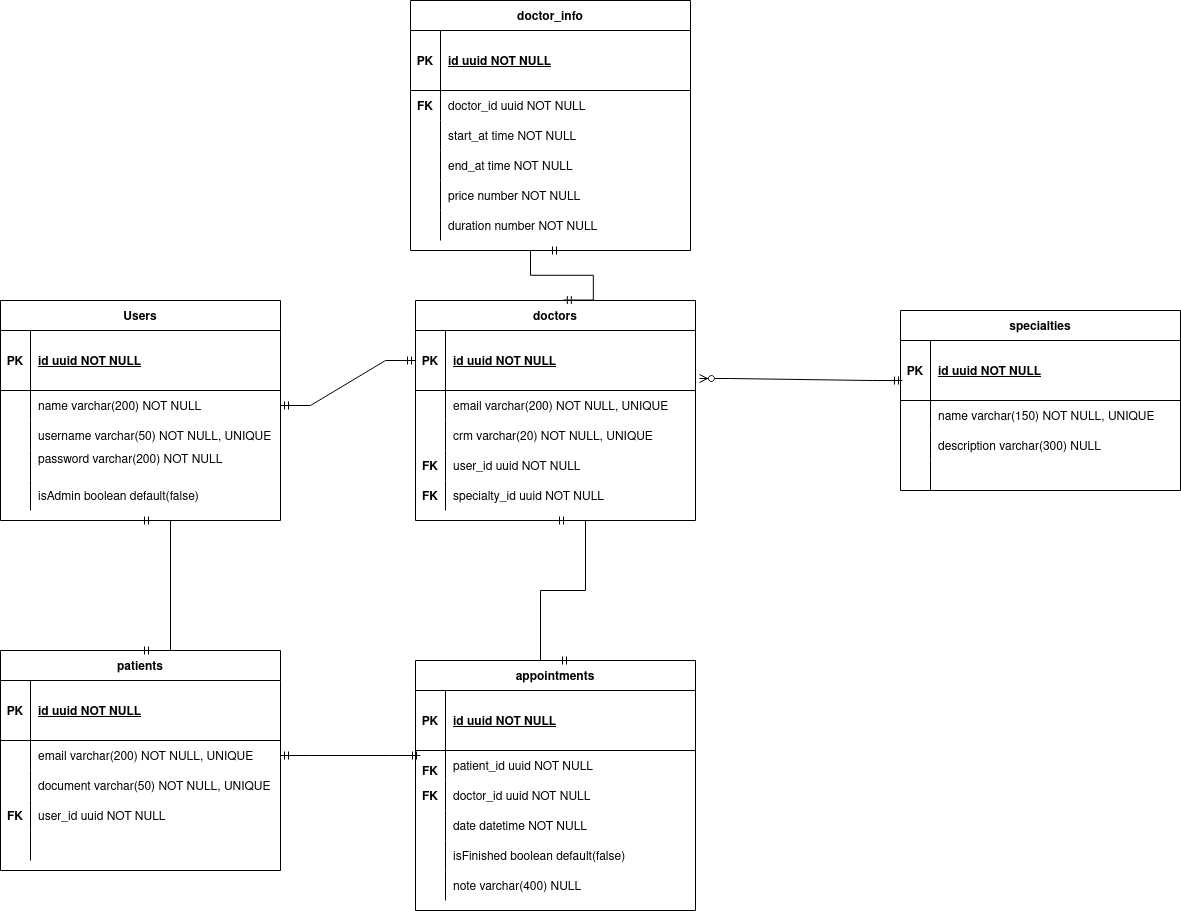
danileao/medical_appointment keeps this draw.io diagram as appointment.png. Above is the earlier version. Source tidied: cells renumbered, new cells last; positions are measured from the earlier drawing's top-left corner, leaving out a move shared by most shapes.
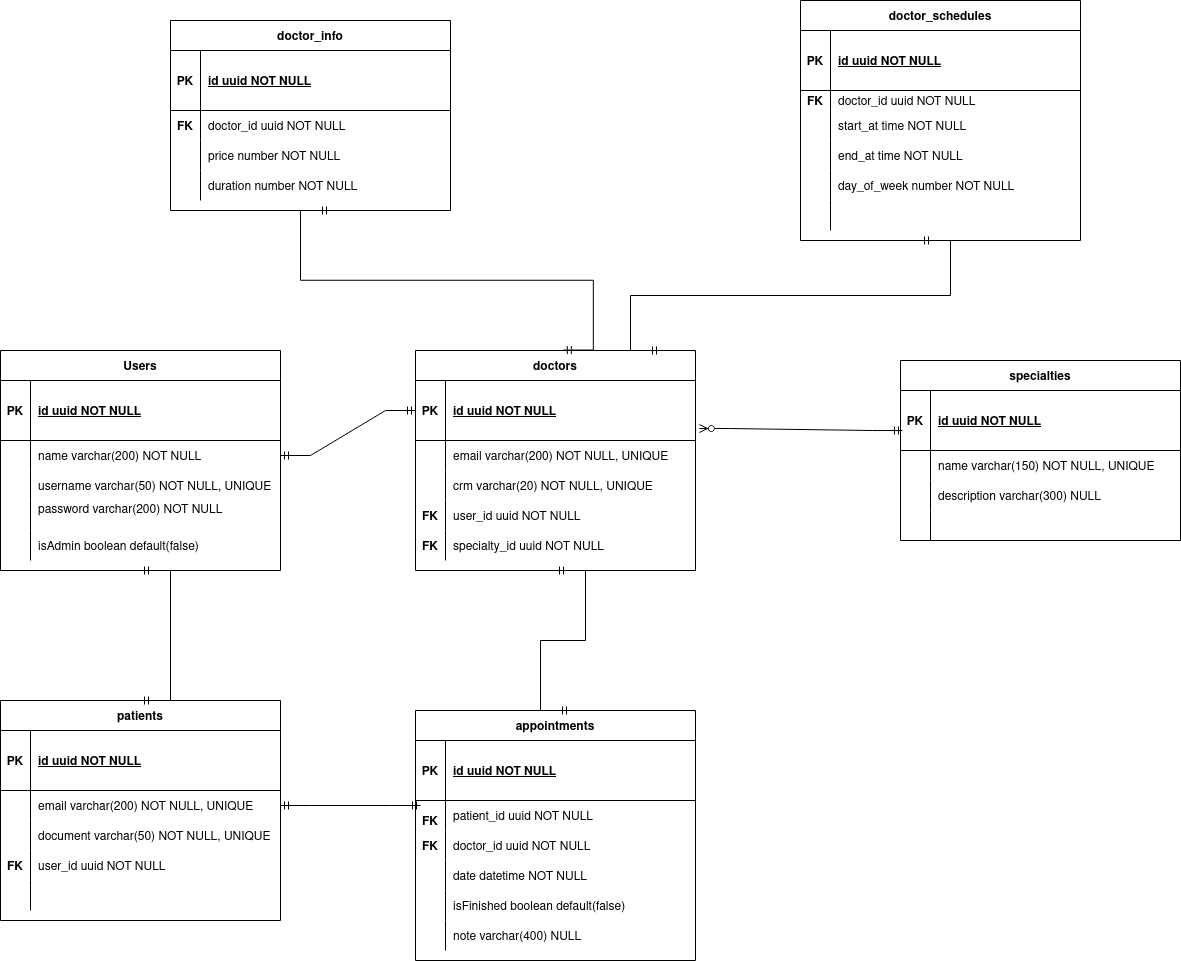
The same diagram one commit later.

Change to the diagram source:
```diff
@@ -2,11 +2,6 @@
   <root>
     <mxCell id="0" />
     <mxCell id="1" parent="0" />
-    <mxCell id="2" style="edgeStyle=entityRelationEdgeStyle;endArrow=ERzeroToMany;startArrow=ERone;endFill=1;startFill=0;" parent="1" edge="1" target="x">
-      <mxGeometry relative="1" as="geometry">
-        <mxPoint x="640" y="355" as="sourcePoint" />
-      </mxGeometry>
-    </mxCell>
     <mxCell id="3" value="Users" style="shape=table;startSize=30;rowLines=0;fontStyle=1;align=center;" parent="1" vertex="1">
       <mxGeometry y="300" width="280" height="220" as="geometry" />
     </mxCell>
@@ -276,7 +271,7 @@
       </mxGeometry>
     </mxCell>
     <mxCell id="91" value="doctor_info" style="shape=table;startSize=30;rowLines=0;fontStyle=1;align=center;" parent="1" vertex="1">
-      <mxGeometry x="410" width="280" height="250" as="geometry" />
+      <mxGeometry x="170" y="-30" width="280" height="190" as="geometry" />
     </mxCell>
     <mxCell id="92" style="shape=partialRectangle;fillColor=none;top=0;left=0;right=0;bottom=1;" parent="91" vertex="1">
       <mxGeometry y="30" width="280" height="60" as="geometry" />
@@ -296,26 +291,8 @@
     <mxCell id="97" value="doctor_id uuid NOT NULL" style="shape=partialRectangle;overflow=hidden;fillColor=none;top=0;left=0;bottom=0;right=0;align=left;spacingLeft=6;" parent="95" vertex="1">
       <mxGeometry x="30" width="250" height="30" as="geometry" />
     </mxCell>
-    <mxCell id="98" style="shape=partialRectangle;fillColor=none;top=0;left=0;right=0;bottom=0;" parent="91" vertex="1">
-      <mxGeometry y="120" width="280" height="30" as="geometry" />
-    </mxCell>
-    <mxCell id="99" style="shape=partialRectangle;overflow=hidden;fillColor=none;top=0;left=0;bottom=0;right=0;fontStyle=1;" parent="98" vertex="1">
-      <mxGeometry width="30" height="30" as="geometry" />
-    </mxCell>
-    <mxCell id="100" value="start_at time NOT NULL" style="shape=partialRectangle;overflow=hidden;fillColor=none;top=0;left=0;bottom=0;right=0;align=left;spacingLeft=6;" parent="98" vertex="1">
-      <mxGeometry x="30" width="250" height="30" as="geometry" />
-    </mxCell>
-    <mxCell id="101" style="shape=partialRectangle;fillColor=none;top=0;left=0;right=0;bottom=0;" parent="91" vertex="1">
-      <mxGeometry y="150" width="280" height="30" as="geometry" />
-    </mxCell>
-    <mxCell id="102" style="shape=partialRectangle;overflow=hidden;fillColor=none;top=0;left=0;bottom=0;right=0;" parent="101" vertex="1">
-      <mxGeometry width="30" height="30" as="geometry" />
-    </mxCell>
-    <mxCell id="103" value="end_at time NOT NULL" style="shape=partialRectangle;overflow=hidden;fillColor=none;top=0;left=0;bottom=0;right=0;align=left;spacingLeft=6;" parent="101" vertex="1">
-      <mxGeometry x="30" width="250" height="30" as="geometry" />
-    </mxCell>
     <mxCell id="104" style="shape=partialRectangle;fillColor=none;top=0;left=0;right=0;bottom=0;" parent="91" vertex="1">
-      <mxGeometry y="180" width="280" height="30" as="geometry" />
+      <mxGeometry y="120" width="280" height="30" as="geometry" />
     </mxCell>
     <mxCell id="105" style="shape=partialRectangle;overflow=hidden;fillColor=none;top=0;left=0;bottom=0;right=0;" parent="104" vertex="1">
       <mxGeometry width="30" height="30" as="geometry" />
@@ -324,7 +301,7 @@
       <mxGeometry x="30" width="250" height="30" as="geometry" />
     </mxCell>
     <mxCell id="107" style="shape=partialRectangle;fillColor=none;top=0;left=0;right=0;bottom=0;" parent="91" vertex="1">
-      <mxGeometry y="210" width="280" height="30" as="geometry" />
+      <mxGeometry y="150" width="280" height="30" as="geometry" />
     </mxCell>
     <mxCell id="108" style="shape=partialRectangle;overflow=hidden;fillColor=none;top=0;left=0;bottom=0;right=0;" parent="107" vertex="1">
       <mxGeometry width="30" height="30" as="geometry" />
@@ -334,8 +311,71 @@
     </mxCell>
     <mxCell id="110" style="edgeStyle=entityRelationEdgeStyle;fontSize=12;html=1;endArrow=ERmandOne;startArrow=ERmandOne;rounded=0;exitX=0.528;exitY=-0.002;exitDx=0;exitDy=0;exitPerimeter=0;" parent="1" edge="1" source="36">
       <mxGeometry relative="1" as="geometry">
-        <mxPoint x="560" y="250" as="targetPoint" />
+        <mxPoint x="330" y="160" as="targetPoint" />
       </mxGeometry>
     </mxCell>
+    <mxCell id="111" value="doctor_schedules" style="shape=table;startSize=30;rowLines=0;fontStyle=1;align=center;" parent="1" vertex="1">
+      <mxGeometry x="800" y="-50" width="280" height="240" as="geometry" />
+    </mxCell>
+    <mxCell id="112" style="shape=partialRectangle;fillColor=none;top=0;left=0;right=0;bottom=1;" parent="111" vertex="1">
+      <mxGeometry y="30" width="280" height="60" as="geometry" />
+    </mxCell>
+    <mxCell id="113" value="PK" style="shape=partialRectangle;overflow=hidden;fillColor=none;top=0;left=0;bottom=0;right=0;fontStyle=1;" parent="112" vertex="1">
+      <mxGeometry width="30" height="60" as="geometry" />
+    </mxCell>
+    <mxCell id="114" value="id uuid NOT NULL" style="shape=partialRectangle;overflow=hidden;fillColor=none;top=0;left=0;bottom=0;right=0;align=left;spacingLeft=6;fontStyle=5;" parent="112" vertex="1">
+      <mxGeometry x="30" width="250" height="60" as="geometry" />
+    </mxCell>
+    <mxCell id="115" style="shape=partialRectangle;fillColor=none;top=0;left=0;right=0;bottom=0;" parent="111" vertex="1">
+      <mxGeometry y="90" width="280" height="20" as="geometry" />
+    </mxCell>
+    <mxCell id="116" value="FK" style="shape=partialRectangle;overflow=hidden;fillColor=none;top=0;left=0;bottom=0;right=0;fontStyle=1;" parent="115" vertex="1">
+      <mxGeometry width="30" height="20" as="geometry" />
+    </mxCell>
+    <mxCell id="117" value="doctor_id uuid NOT NULL" style="shape=partialRectangle;overflow=hidden;fillColor=none;top=0;left=0;bottom=0;right=0;align=left;spacingLeft=6;" parent="115" vertex="1">
+      <mxGeometry x="30" width="250" height="20" as="geometry" />
+    </mxCell>
+    <mxCell id="118" style="shape=partialRectangle;fillColor=none;top=0;left=0;right=0;bottom=0;" parent="111" vertex="1">
+      <mxGeometry y="110" width="280" height="30" as="geometry" />
+    </mxCell>
+    <mxCell id="99" style="shape=partialRectangle;overflow=hidden;fillColor=none;top=0;left=0;bottom=0;right=0;fontStyle=1;" parent="118" vertex="1">
+      <mxGeometry width="30" height="30" as="geometry" />
+    </mxCell>
+    <mxCell id="100" value="start_at time NOT NULL" style="shape=partialRectangle;overflow=hidden;fillColor=none;top=0;left=0;bottom=0;right=0;align=left;spacingLeft=6;" parent="118" vertex="1">
+      <mxGeometry x="30" width="250" height="30" as="geometry" />
+    </mxCell>
+    <mxCell id="119" style="shape=partialRectangle;fillColor=none;top=0;left=0;right=0;bottom=0;" parent="111" vertex="1">
+      <mxGeometry y="140" width="280" height="30" as="geometry" />
+    </mxCell>
+    <mxCell id="120" style="shape=partialRectangle;overflow=hidden;fillColor=none;top=0;left=0;bottom=0;right=0;" parent="119" vertex="1">
+      <mxGeometry width="30" height="30" as="geometry" />
+    </mxCell>
+    <mxCell id="103" value="end_at time NOT NULL" style="shape=partialRectangle;overflow=hidden;fillColor=none;top=0;left=0;bottom=0;right=0;align=left;spacingLeft=6;" parent="119" vertex="1">
+      <mxGeometry x="30" width="250" height="30" as="geometry" />
+    </mxCell>
+    <mxCell id="121" style="shape=partialRectangle;fillColor=none;top=0;left=0;right=0;bottom=0;" parent="111" vertex="1">
+      <mxGeometry y="170" width="280" height="30" as="geometry" />
+    </mxCell>
+    <mxCell id="122" style="shape=partialRectangle;overflow=hidden;fillColor=none;top=0;left=0;bottom=0;right=0;" parent="121" vertex="1">
+      <mxGeometry width="30" height="30" as="geometry" />
+    </mxCell>
+    <mxCell id="123" value="day_of_week number NOT NULL" style="shape=partialRectangle;overflow=hidden;fillColor=none;top=0;left=0;bottom=0;right=0;align=left;spacingLeft=6;" parent="121" vertex="1">
+      <mxGeometry x="30" width="250" height="30" as="geometry" />
+    </mxCell>
+    <mxCell id="124" style="shape=partialRectangle;fillColor=none;top=0;left=0;right=0;bottom=0;" parent="111" vertex="1">
+      <mxGeometry y="200" width="280" height="30" as="geometry" />
+    </mxCell>
+    <mxCell id="125" style="shape=partialRectangle;overflow=hidden;fillColor=none;top=0;left=0;bottom=0;right=0;" parent="124" vertex="1">
+      <mxGeometry width="30" height="30" as="geometry" />
+    </mxCell>
+    <mxCell id="126" style="shape=partialRectangle;overflow=hidden;fillColor=none;top=0;left=0;bottom=0;right=0;align=left;spacingLeft=6;" parent="124" vertex="1">
+      <mxGeometry x="30" width="250" height="30" as="geometry" />
+    </mxCell>
+    <mxCell id="127" style="edgeStyle=entityRelationEdgeStyle;fontSize=12;html=1;endArrow=ERmandOne;startArrow=ERmandOne;rounded=0;" parent="1" edge="1">
+      <mxGeometry relative="1" as="geometry">
+        <mxPoint x="920" y="190" as="sourcePoint" />
+        <mxPoint x="660" y="300" as="targetPoint" />
+      </mxGeometry>
+    </mxCell>
   </root>
 </mxGraphModel>
```
